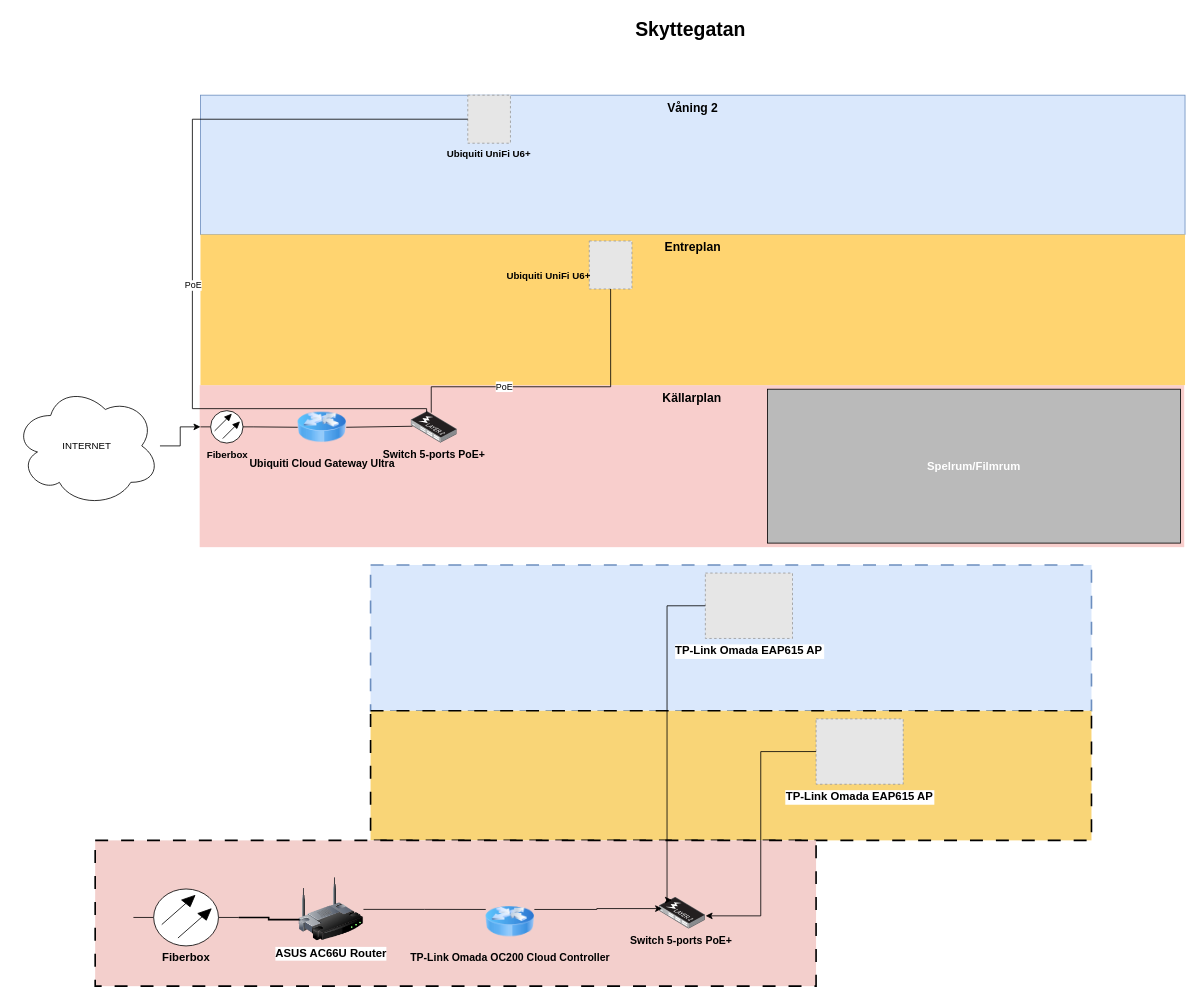
Before: Skyttegatan_Internet.drawio in VJakoby/scripts-n-stuff, a draw.io diagram. Source tidied: cells renumbered, new cells numbered last; positions are measured from the earlier drawing's top-left corner, leaving out a move shared by most shapes. Both pictures are drawn from the tidied source at 81%, with x=0, y=0 at pixel (14, 14). Pictures stored in the file or linked from it are replaced by grey dashed boxes.
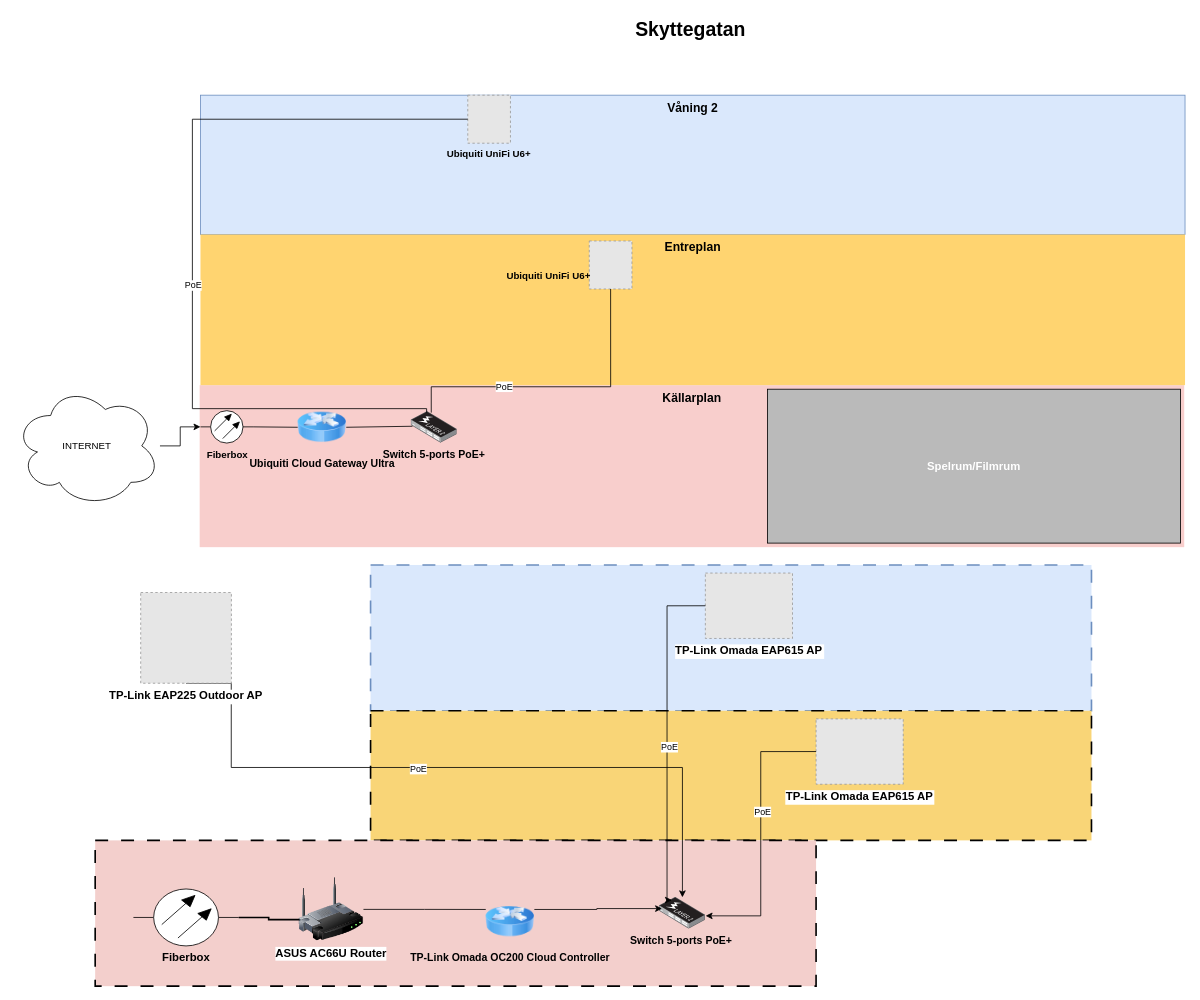
The same page after the edit.

Unchanged cells that the change refers to:
```xml
<mxCell id="29" value="&lt;font style=&quot;font-size: 13px;&quot;&gt;&lt;b&gt;Switch 5-ports PoE+&amp;nbsp;&lt;/b&gt;&lt;/font&gt;" style="image;points=[];html=1;align=center;shadow=0;dashed=0;image=img/lib/allied_telesis/switch/Switch_24_port_L2_POE.svg;labelBackgroundColor=none;" parent="1" vertex="1">
  <mxGeometry x="796.4" y="1090.3" width="56.9" height="39" as="geometry" />
</mxCell>
<mxCell id="36" style="edgeStyle=orthogonalEdgeStyle;rounded=0;jettySize=auto;html=1;exitX=0;exitY=0.5;exitDx=0;exitDy=0;entryX=1.006;entryY=0.587;entryDx=0;entryDy=0;entryPerimeter=0;" parent="1" edge="1" source="34" target="29">
  <mxGeometry relative="1" as="geometry" />
</mxCell>
<mxCell id="37" style="edgeStyle=orthogonalEdgeStyle;rounded=0;jettySize=auto;html=1;exitX=0;exitY=0.5;exitDx=0;exitDy=0;entryX=0.344;entryY=0.077;entryDx=0;entryDy=0;entryPerimeter=0;" parent="1" edge="1" source="35">
  <mxGeometry relative="1" as="geometry">
    <mxPoint x="812" y="1093.7" as="targetPoint" />
    <Array as="points">
      <mxPoint x="806" y="730" />
      <mxPoint x="806" y="1094" />
    </Array>
  </mxGeometry>
</mxCell>
```

Change to the diagram source:
```diff
@@
+    <mxCell id="38" value="PoE" style="edgeLabel;html=1;align=center;verticalAlign=middle;" parent="36" vertex="1">
+      <mxGeometry x="-0.17" y="2" relative="1" as="geometry">
+        <mxPoint y="1" as="offset" />
+      </mxGeometry>
+    </mxCell>
@@
+    <mxCell id="39" value="PoE" style="edgeLabel;html=1;align=center;verticalAlign=middle;" parent="37" vertex="1">
+      <mxGeometry x="0.06" y="2" relative="1" as="geometry" />
+    </mxCell>
+    <mxCell id="40" style="edgeStyle=orthogonalEdgeStyle;rounded=0;jettySize=auto;html=1;exitX=0.5;exitY=1;exitDx=0;exitDy=0;" parent="1" edge="1" source="42" target="29">
+      <mxGeometry relative="1" as="geometry">
+        <Array as="points">
+          <mxPoint x="268" y="826" />
+          <mxPoint x="268" y="930" />
+          <mxPoint x="825" y="930" />
+        </Array>
+      </mxGeometry>
+    </mxCell>
+    <mxCell id="41" value="PoE" style="edgeLabel;html=1;align=center;verticalAlign=middle;" parent="40" vertex="1">
+      <mxGeometry x="-0.11" y="-1" relative="1" as="geometry" />
+    </mxCell>
+    <mxCell id="42" value="TP-Link EAP225 Outdoor AP" style="fillColor=#E6E6E6;strokeColor=#999999;dashed=1;verticalLabelPosition=bottom;labelBackgroundColor=default;verticalAlign=top;fontStyle=1;fontSize=14;" parent="1" vertex="1">
+      <mxGeometry x="156.2" y="714" width="112" height="112" as="geometry" />
+    </mxCell>
```
